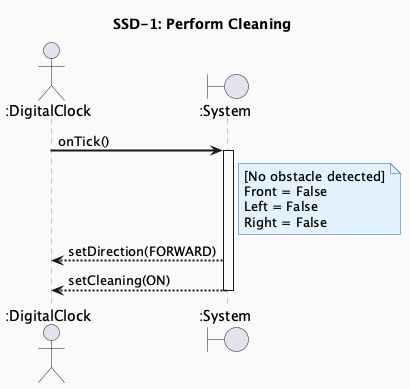
Earlier version of the PlantUML export docs/vibe-coding/02-ooa/images/SSD1_PerformCleaning.png (OOP-konkuk/CICD-Team7). The source it was exported from:
```plantuml
@startuml SSD1_PerformCleaning
skinparam backgroundColor #FAFAFA
skinparam sequenceArrowThickness 2
skinparam sequenceParticipantBackgroundColor #FFFDE7
skinparam sequenceParticipantBorderColor #F9A825
skinparam sequenceLifeLineBorderColor #888888
skinparam noteBorderColor #1565C0
skinparam noteBackgroundColor #E3F2FD

title SSD-1: Perform Cleaning

actor ":DigitalClock" as Clock
boundary ":System" as Sys

Clock -> Sys : onTick()
activate Sys
note right of Sys
  [No obstacle detected]
  Front = False
  Left = False
  Right = False
end note
Sys --> Clock : setDirection(FORWARD)
Sys --> Clock : setCleaning(ON)
deactivate Sys
@enduml
```
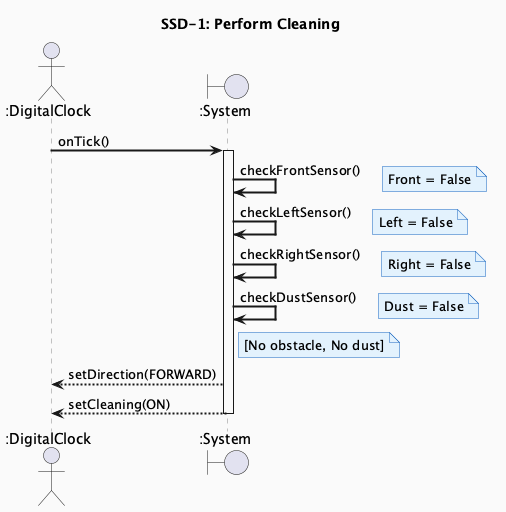
Later version of the same file.

Diff of the diagram source:
```diff
@@ -4,8 +4,8 @@
 skinparam sequenceParticipantBackgroundColor #FFFDE7
 skinparam sequenceParticipantBorderColor #F9A825
 skinparam sequenceLifeLineBorderColor #888888
+skinparam noteBackgroundColor #E3F2FD
 skinparam noteBorderColor #1565C0
-skinparam noteBackgroundColor #E3F2FD
 
 title SSD-1: Perform Cleaning
 
@@ -14,11 +14,16 @@
 
 Clock -> Sys : onTick()
 activate Sys
+Sys -> Sys : checkFrontSensor()
+note right : Front = False
+Sys -> Sys : checkLeftSensor()
+note right : Left = False
+Sys -> Sys : checkRightSensor()
+note right : Right = False
+Sys -> Sys : checkDustSensor()
+note right : Dust = False
 note right of Sys
-  [No obstacle detected]
-  Front = False
-  Left = False
-  Right = False
+  [No obstacle, No dust]
 end note
 Sys --> Clock : setDirection(FORWARD)
 Sys --> Clock : setCleaning(ON)
```
